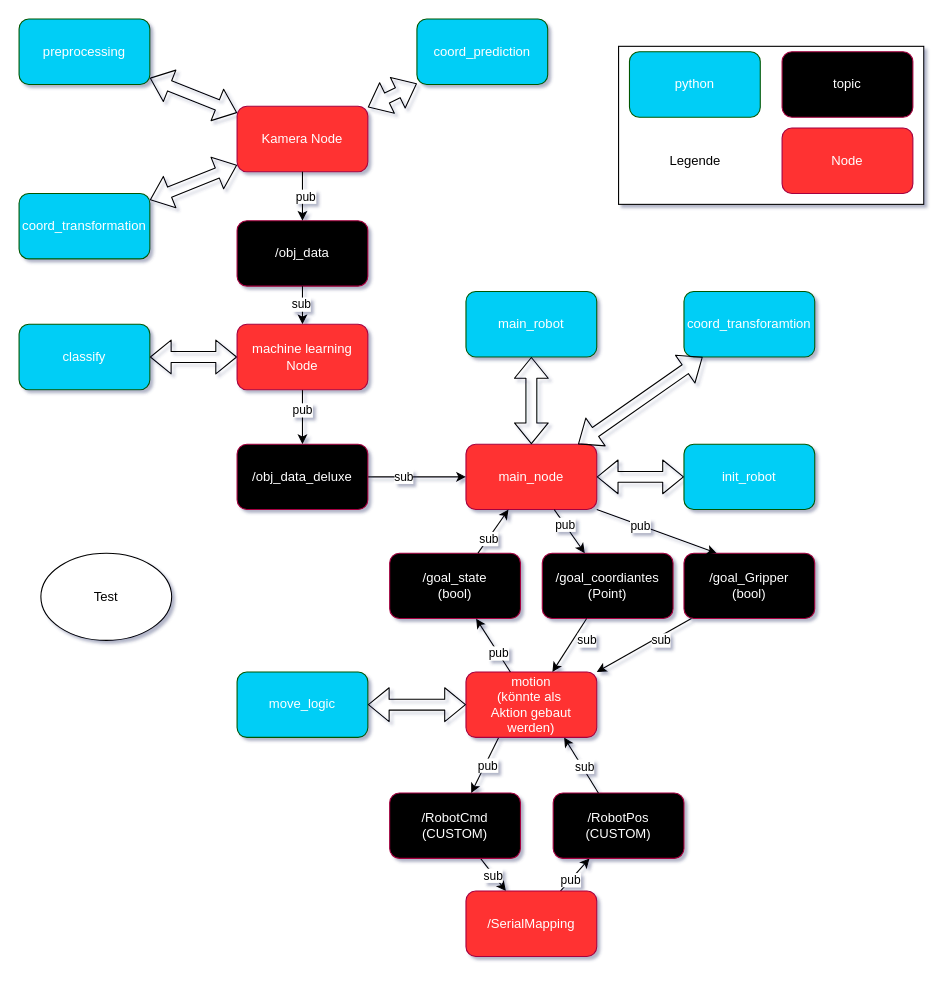
Above: misc/architecture/SW_architecture_v3_pending.drawio in ibinsandig/Portal-zur-Exmatrikulation (draw.io), before the change. Source tidied: cells renumbered, new cells numbered last; positions are measured from the earlier drawing's top-left corner, leaving out a move shared by most shapes. Both pictures are drawn from the tidied source at 109%, with x=0, y=0 at pixel (19, 19).
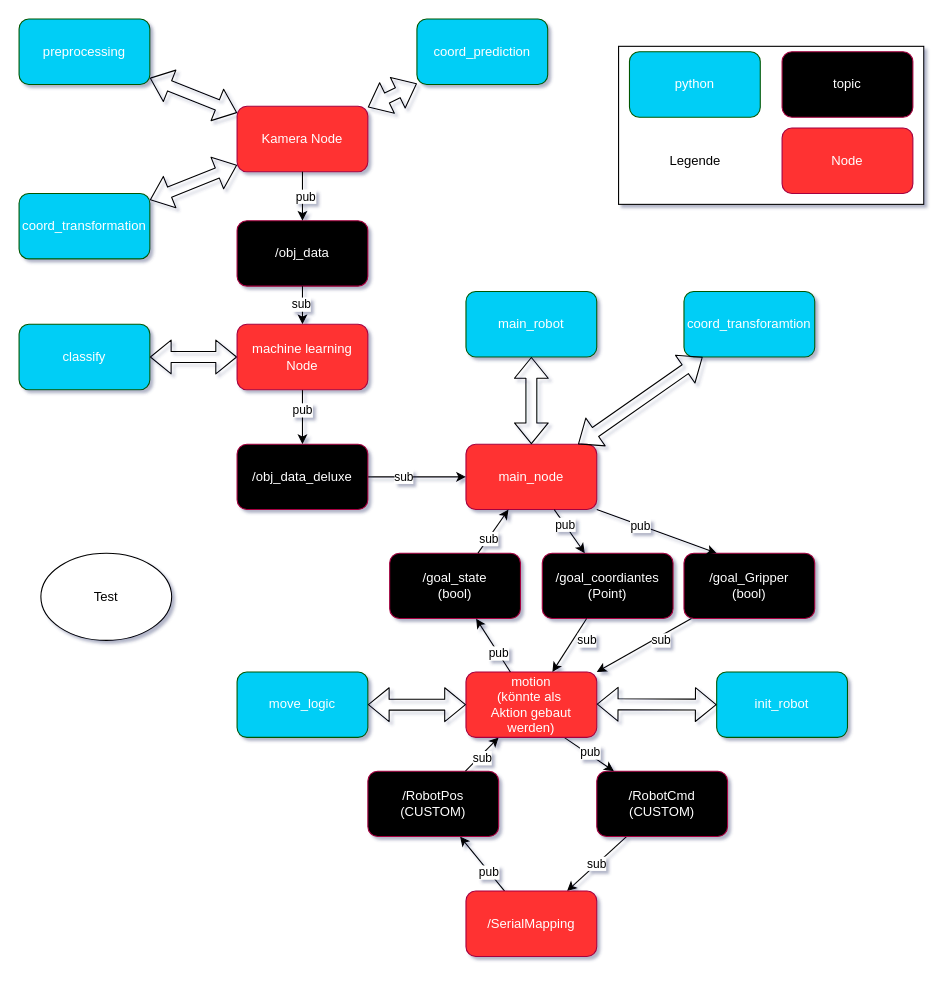
Above is the later version.

Commit message (it also covers changes not shown here):
Init_verschiebung_iionblockn_Mot

The change refers to these unchanged cells:
```xml
<mxCell id="12" value="main_node" style="rounded=1;whiteSpace=wrap;html=1;fillColor=#FF3333;fontColor=#ffffff;strokeColor=#A50040;" parent="1" vertex="1">
  <mxGeometry x="410" y="390" width="120" height="60" as="geometry" />
</mxCell>
<mxCell id="28" value="motion&lt;div&gt;(könnte als&amp;nbsp;&lt;/div&gt;&lt;div&gt;Aktion gebaut werden)&lt;/div&gt;" style="rounded=1;whiteSpace=wrap;html=1;fillColor=#FF3333;fontColor=#ffffff;strokeColor=#A50040;" parent="1" vertex="1">
  <mxGeometry x="410" y="599" width="120" height="60" as="geometry" />
</mxCell>
```

Change to the diagram source:
```diff
@@
     <mxCell id="15" value="/RobotCmd&lt;div&gt;(CUSTOM)&lt;/div&gt;" style="rounded=1;whiteSpace=wrap;html=1;fillColor=light-dark(#000000, #ff7777);fontColor=#ffffff;strokeColor=#A50040;" parent="1" vertex="1">
-      <mxGeometry x="340" y="710" width="120" height="60" as="geometry" />
+      <mxGeometry x="530" y="690" width="120" height="60" as="geometry" />
     </mxCell>
@@
     <mxCell id="19" value="/RobotPos&lt;div&gt;(CUSTOM)&lt;/div&gt;" style="rounded=1;whiteSpace=wrap;html=1;fillColor=#000000;fontColor=#ffffff;strokeColor=#A50040;" parent="1" vertex="1">
-      <mxGeometry x="490" y="710" width="120" height="60" as="geometry" />
+      <mxGeometry x="320" y="690" width="120" height="60" as="geometry" />
     </mxCell>
@@
-    <mxCell id="21" style="endArrow=classic;html=1;entryX=0.75;entryY=1;entryDx=0;entryDy=0;" parent="1" edge="1" source="19" target="28">
+    <mxCell id="21" style="endArrow=classic;html=1;entryX=0.25;entryY=1;entryDx=0;entryDy=0;" parent="1" edge="1" source="19" target="28">
       <mxGeometry relative="1" as="geometry" />
     </mxCell>
@@
-    <mxCell id="23" style="edgeStyle=none;html=1;exitX=0.25;exitY=1;exitDx=0;exitDy=0;" parent="1" edge="1" source="28" target="15">
+    <mxCell id="23" style="edgeStyle=none;html=1;exitX=0.75;exitY=1;exitDx=0;exitDy=0;" parent="1" edge="1" source="28" target="15">
       <mxGeometry relative="1" as="geometry" />
     </mxCell>
@@
     <mxCell id="38" value="init_robot" style="rounded=1;whiteSpace=wrap;html=1;fillColor=light-dark(#04cef6, #43ba43);fontColor=#ffffff;strokeColor=#005700;" parent="1" vertex="1">
-      <mxGeometry x="610" y="390" width="120" height="60" as="geometry" />
+      <mxGeometry x="640" y="599" width="120" height="60" as="geometry" />
     </mxCell>
@@
-    <mxCell id="40" style="shape=flexArrow;endArrow=classic;startArrow=classic;html=1;exitX=1;exitY=0.5;exitDx=0;exitDy=0;" parent="1" edge="1" source="12" target="38">
-      <mxGeometry relative="1" as="geometry" />
-    </mxCell>
@@
+    <mxCell id="64" style="shape=flexArrow;endArrow=classic;startArrow=classic;html=1;exitX=0;exitY=0.5;exitDx=0;exitDy=0;" parent="1" edge="1" source="38">
+      <mxGeometry relative="1" as="geometry">
+        <mxPoint x="530" y="628.5" as="targetPoint" />
+      </mxGeometry>
+    </mxCell>
```
